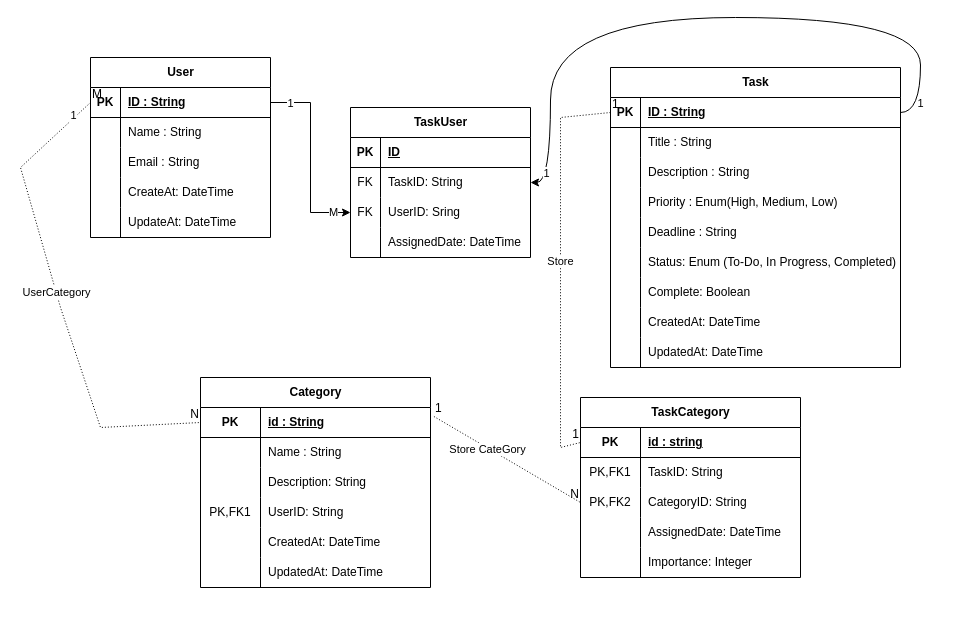
This is databaseDiagram/Untitled Diagram.drawio from parinya-ao/databaseMidtermProject, a draw.io file, before an edit. Source tidied: cells renumbered, new cells numbered last; positions are measured from the earlier drawing's top-left corner, leaving out a move shared by most shapes. Both pictures are drawn from the tidied source at 100%, with x=0, y=0 at pixel (20, 17).
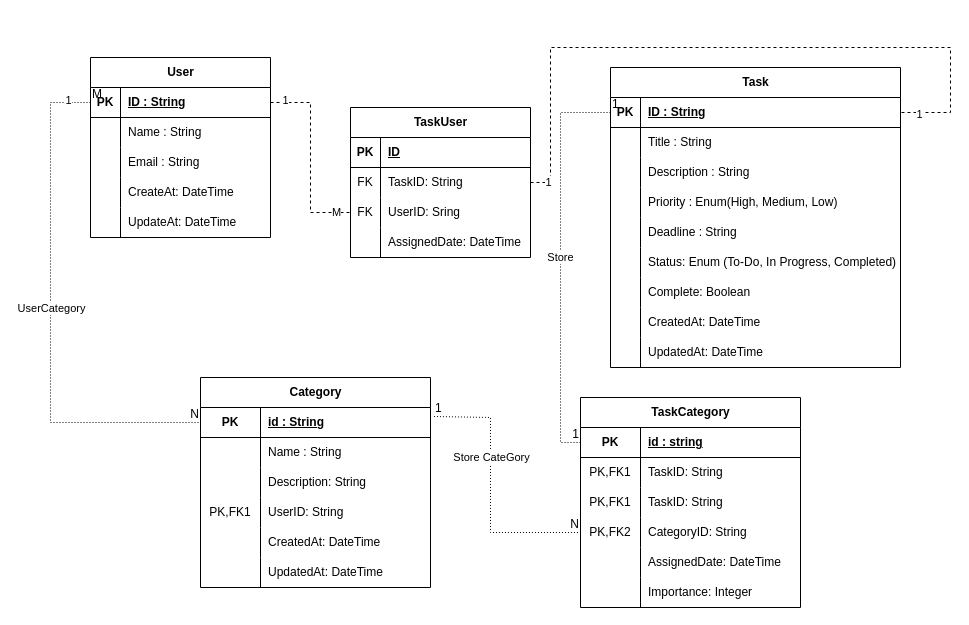
The same page after the edit.

Unchanged cells that the change refers to:
```xml
<mxCell id="3" style="shape=tableRow;horizontal=0;startSize=0;swimlaneHead=0;swimlaneBody=0;fillColor=none;points=[[0,0.5],[1,0.5]];portConstraint=eastwest;top=0;left=0;right=0;bottom=1;" parent="2" vertex="1">
  <mxGeometry y="30" width="180" height="30" as="geometry" />
</mxCell>
<mxCell id="20" style="shape=tableRow;horizontal=0;startSize=0;swimlaneHead=0;swimlaneBody=0;fillColor=none;points=[[0,0.5],[1,0.5]];portConstraint=eastwest;top=0;left=0;right=0;bottom=1;" parent="19" vertex="1">
  <mxGeometry y="30" width="290" height="30" as="geometry" />
</mxCell>
<mxCell id="48" style="shape=tableRow;horizontal=0;startSize=0;swimlaneHead=0;swimlaneBody=0;fillColor=none;points=[[0,0.5],[1,0.5]];portConstraint=eastwest;top=0;left=0;right=0;bottom=1;" parent="47" vertex="1">
  <mxGeometry y="30" width="230" height="30" as="geometry" />
</mxCell>
<mxCell id="67" style="shape=tableRow;horizontal=0;startSize=0;swimlaneHead=0;swimlaneBody=0;fillColor=none;points=[[0,0.5],[1,0.5]];portConstraint=eastwest;top=0;left=0;right=0;bottom=1;" parent="66" vertex="1">
  <mxGeometry y="30" width="220" height="30" as="geometry" />
</mxCell>
<mxCell id="99" style="shape=tableRow;horizontal=0;startSize=0;swimlaneHead=0;swimlaneBody=0;fillColor=none;points=[[0,0.5],[1,0.5]];portConstraint=eastwest;top=0;left=0;right=0;bottom=0;" parent="95" vertex="1">
  <mxGeometry y="60" width="180" height="30" as="geometry" />
</mxCell>
<mxCell id="102" style="shape=tableRow;horizontal=0;startSize=0;swimlaneHead=0;swimlaneBody=0;fillColor=none;points=[[0,0.5],[1,0.5]];portConstraint=eastwest;top=0;left=0;right=0;bottom=0;" parent="95" vertex="1">
  <mxGeometry y="90" width="180" height="30" as="geometry" />
</mxCell>
```

Diff of the diagram source:
```diff
@@
     <mxCell id="66" value="TaskCategory" style="shape=table;startSize=30;childLayout=tableLayout;rowLines=0;fontStyle=1;align=center;html=1;" parent="1" vertex="1">
-      <mxGeometry x="560" y="380" width="220" height="180" as="geometry" />
+      <mxGeometry x="560" y="380" width="220" height="210" as="geometry" />
     </mxCell>
@@
+    <mxCell id="114" style="shape=tableRow;horizontal=0;startSize=0;swimlaneHead=0;swimlaneBody=0;fillColor=none;top=0;left=0;right=0;bottom=0;" parent="66" vertex="1">
+      <mxGeometry y="60" width="220" height="30" as="geometry" />
+    </mxCell>
+    <mxCell id="115" value="PK,FK1" style="shape=partialRectangle;fillColor=none;top=0;left=0;bottom=0;right=0;overflow=hidden;whiteSpace=wrap;html=1;" parent="114" vertex="1">
+      <mxGeometry width="60" height="30" as="geometry" />
+    </mxCell>
+    <mxCell id="116" value="TaskID: String" style="shape=partialRectangle;fillColor=none;top=0;left=0;bottom=0;right=0;align=left;spacingLeft=6;overflow=hidden;whiteSpace=wrap;html=1;" parent="114" vertex="1">
+      <mxGeometry x="60" width="160" height="30" as="geometry" />
+    </mxCell>
     <mxCell id="70" style="shape=tableRow;horizontal=0;startSize=0;swimlaneHead=0;swimlaneBody=0;fillColor=none;top=0;left=0;right=0;bottom=0;" parent="66" vertex="1">
-      <mxGeometry y="60" width="220" height="30" as="geometry" />
+      <mxGeometry y="90" width="220" height="30" as="geometry" />
     </mxCell>
@@
     <mxCell id="73" style="shape=tableRow;horizontal=0;startSize=0;swimlaneHead=0;swimlaneBody=0;fillColor=none;points=[[0,0.5],[1,0.5]];portConstraint=eastwest;top=0;left=0;right=0;bottom=0;" parent="66" vertex="1">
-      <mxGeometry y="90" width="220" height="30" as="geometry" />
+      <mxGeometry y="120" width="220" height="30" as="geometry" />
     </mxCell>
@@
     <mxCell id="76" style="shape=tableRow;horizontal=0;startSize=0;swimlaneHead=0;swimlaneBody=0;fillColor=none;top=0;left=0;right=0;bottom=0;" parent="66" vertex="1">
-      <mxGeometry y="120" width="220" height="30" as="geometry" />
+      <mxGeometry y="150" width="220" height="30" as="geometry" />
     </mxCell>
@@
     <mxCell id="79" style="shape=tableRow;horizontal=0;startSize=0;swimlaneHead=0;swimlaneBody=0;fillColor=none;top=0;left=0;right=0;bottom=0;" parent="66" vertex="1">
-      <mxGeometry y="150" width="220" height="30" as="geometry" />
+      <mxGeometry y="180" width="220" height="30" as="geometry" />
     </mxCell>
@@
     <mxCell id="82" style="endArrow=none;html=1;rounded=0;dashed=1;dashPattern=1 2;exitX=0;exitY=0.5;exitDx=0;exitDy=0;entryX=0;entryY=0.5;entryDx=0;entryDy=0;" parent="1" edge="1" source="3" target="48">
       <mxGeometry relative="1" as="geometry">
         <Array as="points">
-          <mxPoint y="150" />
-          <mxPoint x="40" y="290" />
-          <mxPoint x="80" y="410" />
+          <mxPoint x="30" y="85" />
+          <mxPoint x="30" y="405" />
         </Array>
       </mxGeometry>
     </mxCell>
@@
     <mxCell id="87" style="endArrow=none;html=1;rounded=0;dashed=1;dashPattern=1 2;exitX=1.015;exitY=0.3;exitDx=0;exitDy=0;exitPerimeter=0;entryX=0;entryY=0.5;entryDx=0;entryDy=0;" parent="1" edge="1" source="48" target="73">
-      <mxGeometry relative="1" as="geometry" />
+      <mxGeometry relative="1" as="geometry">
+        <Array as="points">
+          <mxPoint x="470" y="400" />
+          <mxPoint x="470" y="515" />
+        </Array>
+      </mxGeometry>
     </mxCell>
@@
     <mxCell id="91" style="endArrow=none;html=1;rounded=0;dashed=1;dashPattern=1 2;exitX=0;exitY=0.5;exitDx=0;exitDy=0;entryX=0;entryY=0.5;entryDx=0;entryDy=0;" parent="1" edge="1" source="20" target="67">
       <mxGeometry relative="1" as="geometry">
         <Array as="points">
-          <mxPoint x="540" y="100" />
-          <mxPoint x="540" y="430" />
+          <mxPoint x="540" y="95" />
+          <mxPoint x="540" y="425" />
         </Array>
       </mxGeometry>
     </mxCell>
@@
-    <mxCell id="108" style="edgeStyle=orthogonalEdgeStyle;rounded=0;jettySize=auto;html=1;exitX=1;exitY=0.5;exitDx=0;exitDy=0;curved=1;entryX=1;entryY=0.5;entryDx=0;entryDy=0;" parent="1" edge="1" source="20" target="99">
-      <mxGeometry relative="1" as="geometry">
-        <Array as="points">
-          <mxPoint x="900" y="95" />
-          <mxPoint x="900" />
-          <mxPoint x="530" />
-          <mxPoint x="530" y="165" />
-        </Array>
-      </mxGeometry>
-    </mxCell>
-    <mxCell id="109" value="1" style="edgeLabel;html=1;align=center;verticalAlign=middle;" parent="108" vertex="1">
-      <mxGeometry x="-0.91" y="1" relative="1" as="geometry" />
-    </mxCell>
-    <mxCell id="110" value="1" style="edgeLabel;html=1;align=center;verticalAlign=middle;" parent="108" vertex="1">
-      <mxGeometry x="0.91" y="-5" relative="1" as="geometry" />
-    </mxCell>
+    <mxCell id="117" style="endArrow=none;dashed=1;html=1;rounded=0;entryX=1;entryY=0.5;entryDx=0;entryDy=0;exitX=1;exitY=0.5;exitDx=0;exitDy=0;" parent="1" edge="1" source="99" target="20">
+      <mxGeometry relative="1" as="geometry">
+        <Array as="points">
+          <mxPoint x="530" y="165" />
+          <mxPoint x="530" y="30" />
+          <mxPoint x="820" y="30" />
+          <mxPoint x="930" y="30" />
+          <mxPoint x="930" y="95" />
+        </Array>
+      </mxGeometry>
+    </mxCell>
+    <mxCell id="118" value="1" style="edgeLabel;html=1;align=center;verticalAlign=middle;" parent="117" vertex="1">
+      <mxGeometry x="-0.95" y="2" relative="1" as="geometry">
+        <mxPoint y="1" as="offset" />
+      </mxGeometry>
+    </mxCell>
+    <mxCell id="119" value="1" style="edgeLabel;html=1;align=center;verticalAlign=middle;" parent="117" vertex="1">
+      <mxGeometry x="0.95" y="1" relative="1" as="geometry">
+        <mxPoint x="1" as="offset" />
+      </mxGeometry>
+    </mxCell>
-    <mxCell id="111" style="edgeStyle=orthogonalEdgeStyle;rounded=0;jettySize=auto;html=1;exitX=1;exitY=0.5;exitDx=0;exitDy=0;entryX=0;entryY=0.5;entryDx=0;entryDy=0;" parent="1" edge="1" source="3" target="102">
-      <mxGeometry relative="1" as="geometry" />
+    <mxCell id="111" style="endArrow=none;dashed=1;html=1;rounded=0;entryX=0;entryY=0.5;entryDx=0;entryDy=0;exitX=1;exitY=0.5;exitDx=0;exitDy=0;" parent="1" edge="1" source="3" target="102">
+      <mxGeometry relative="1" as="geometry">
+        <Array as="points">
+          <mxPoint x="290" y="85" />
+          <mxPoint x="290" y="195" />
+        </Array>
+      </mxGeometry>
     </mxCell>
-    <mxCell id="112" value="1" style="edgeLabel;html=1;align=center;verticalAlign=middle;" parent="111" vertex="1">
-      <mxGeometry x="-0.8" relative="1" as="geometry" />
-    </mxCell>
+    <mxCell id="120" value="1" style="edgeLabel;html=1;align=center;verticalAlign=middle;" parent="111" vertex="1">
+      <mxGeometry x="-0.86" y="4" relative="1" as="geometry">
+        <mxPoint x="1" y="1" as="offset" />
+      </mxGeometry>
+    </mxCell>
     <mxCell id="113" value="M" style="edgeLabel;html=1;align=center;verticalAlign=middle;" parent="111" vertex="1">
-      <mxGeometry x="0.81" y="1" relative="1" as="geometry" />
+      <mxGeometry x="0.83" y="2" relative="1" as="geometry">
+        <mxPoint x="1" y="1" as="offset" />
+      </mxGeometry>
     </mxCell>
```
